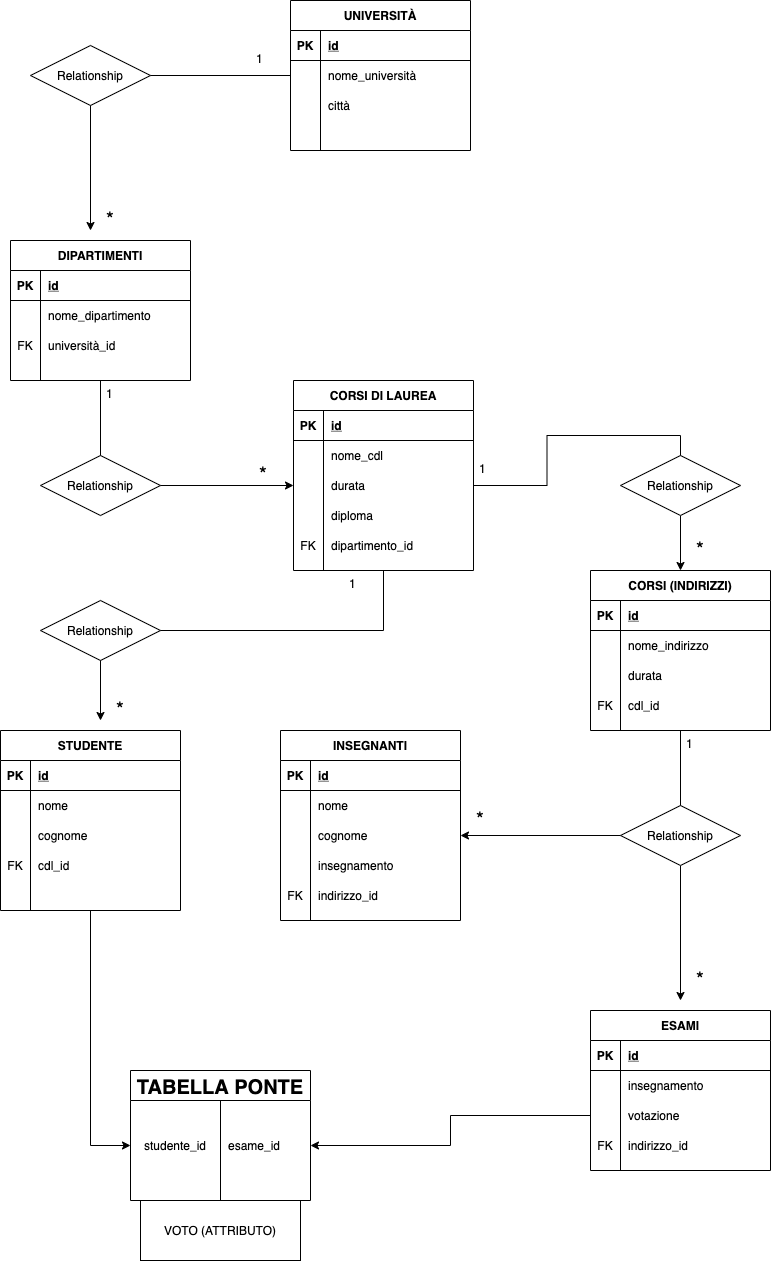
Before: db-university.png, a diagram exported from draw.io (Francesca-Salvini/db-university). Source tidied: cells renumbered, new cells last; positions are measured from the earlier drawing's top-left corner, leaving out a move shared by most shapes.
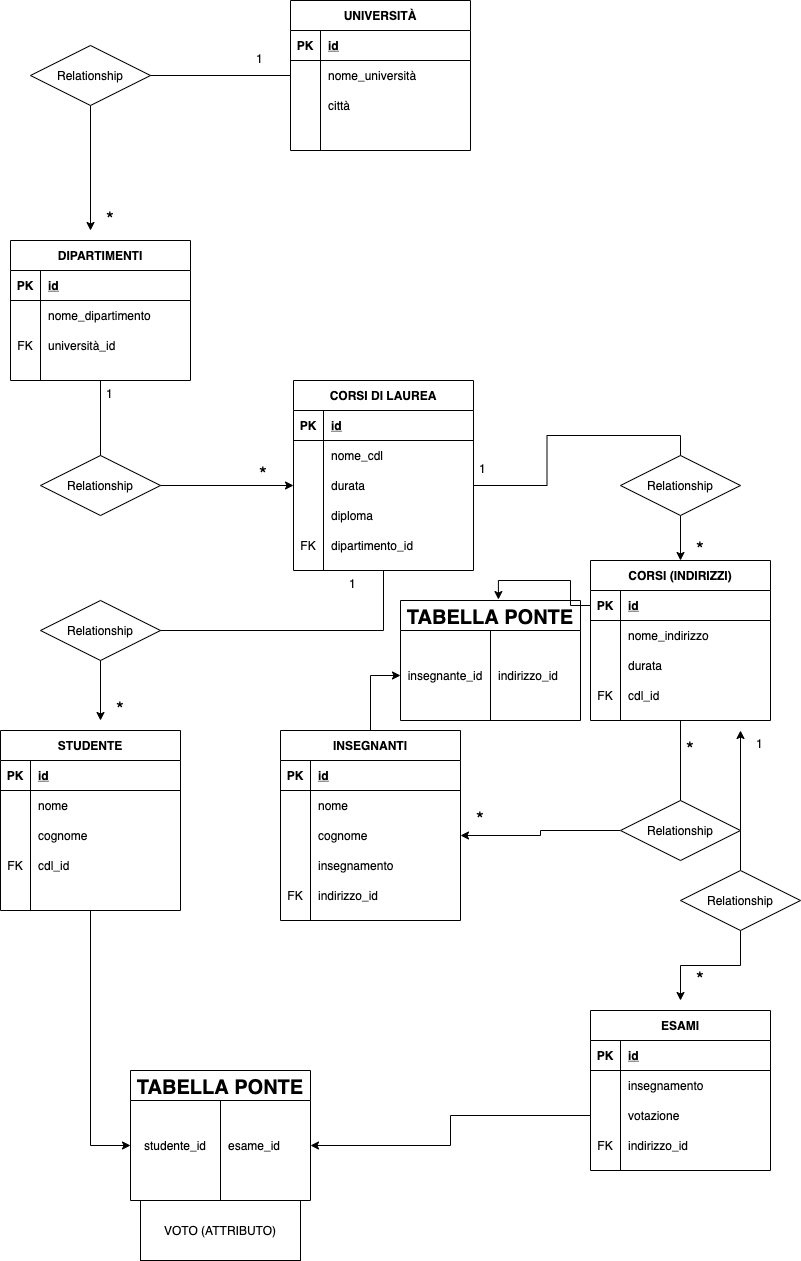
Later version of the same file.

What changed in the source:
```diff
@@ -110,11 +110,11 @@
     <mxCell id="35" value="*" style="text;strokeColor=none;fillColor=none;spacingLeft=4;spacingRight=4;overflow=hidden;fontSize=20;" parent="1" vertex="1">
       <mxGeometry x="253" y="455" width="40" height="30" as="geometry" />
     </mxCell>
-    <mxCell id="36" style="edgeStyle=orthogonalEdgeStyle;rounded=0;jettySize=auto;html=1;fontSize=12;" parent="1" edge="1" source="37" target="62">
+    <mxCell id="36" style="edgeStyle=orthogonalEdgeStyle;rounded=0;jettySize=auto;html=1;fontSize=12;startArrow=none;" parent="1" edge="1" source="141" target="62">
       <mxGeometry relative="1" as="geometry" />
     </mxCell>
     <mxCell id="37" value="CORSI (INDIRIZZI)" style="shape=table;startSize=30;rowLines=0;fontStyle=1;align=center;fontSize=12;" parent="1" vertex="1">
-      <mxGeometry x="590" y="570" width="180" height="160" as="geometry" />
+      <mxGeometry x="590" y="560" width="180" height="160" as="geometry" />
     </mxCell>
     <mxCell id="38" style="shape=partialRectangle;fillColor=none;top=0;left=0;bottom=1;right=0;points=[[0,0.5],[1,0.5]];portConstraint=eastwest;" parent="37" vertex="1">
       <mxGeometry y="30" width="180" height="30" as="geometry" />
@@ -167,6 +167,9 @@
     <mxCell id="54" value="1" style="text;strokeColor=none;fillColor=none;spacingLeft=4;spacingRight=4;overflow=hidden;fontSize=12;" parent="1" vertex="1">
       <mxGeometry x="473" y="455" width="40" height="30" as="geometry" />
     </mxCell>
+    <mxCell id="139" style="edgeStyle=orthogonalEdgeStyle;rounded=0;jettySize=auto;html=1;exitX=0.5;exitY=0;exitDx=0;exitDy=0;entryX=0;entryY=0.5;entryDx=0;entryDy=0;fontSize=20;" parent="1" edge="1" source="55" target="148">
+      <mxGeometry relative="1" as="geometry" />
+    </mxCell>
     <mxCell id="55" value="INSEGNANTI" style="shape=table;startSize=30;rowLines=0;fontStyle=1;align=center;fontSize=12;" parent="1" vertex="1">
       <mxGeometry x="280" y="730" width="180" height="190" as="geometry" />
     </mxCell>
@@ -273,10 +276,15 @@
         <mxPoint x="680" y="1000" as="targetPoint" />
       </mxGeometry>
     </mxCell>
+    <mxCell id="140" style="edgeStyle=orthogonalEdgeStyle;rounded=0;jettySize=auto;html=1;fontSize=20;" parent="1" edge="1" source="89">
+      <mxGeometry relative="1" as="geometry">
+        <mxPoint x="740" y="730" as="targetPoint" />
+      </mxGeometry>
+    </mxCell>
     <mxCell id="89" value="Relationship" style="shape=rhombus;perimeter=rhombusPerimeter;whiteSpace=wrap;html=1;align=center;" parent="1" vertex="1">
-      <mxGeometry x="620" y="805" width="120" height="60" as="geometry" />
+      <mxGeometry x="680" y="870" width="120" height="60" as="geometry" />
     </mxCell>
-    <mxCell id="90" value="1" style="text;strokeColor=none;fillColor=none;spacingLeft=4;spacingRight=4;overflow=hidden;fontSize=12;" parent="1" vertex="1">
+    <mxCell id="90" value="*" style="text;strokeColor=none;fillColor=none;spacingLeft=4;spacingRight=4;overflow=hidden;fontSize=20;" parent="1" vertex="1">
       <mxGeometry x="680" y="730" width="40" height="30" as="geometry" />
     </mxCell>
     <mxCell id="91" value="*" style="text;strokeColor=none;fillColor=none;spacingLeft=4;spacingRight=4;overflow=hidden;fontSize=20;" parent="1" vertex="1">
@@ -423,5 +431,47 @@
     <mxCell id="138" style="edgeStyle=orthogonalEdgeStyle;rounded=0;jettySize=auto;html=1;entryX=1;entryY=0.5;entryDx=0;entryDy=0;fontSize=20;" parent="1" edge="1" source="99" target="130">
       <mxGeometry relative="1" as="geometry" />
     </mxCell>
+    <mxCell id="141" value="Relationship" style="shape=rhombus;perimeter=rhombusPerimeter;whiteSpace=wrap;html=1;align=center;" parent="1" vertex="1">
+      <mxGeometry x="620" y="800" width="120" height="60" as="geometry" />
+    </mxCell>
+    <mxCell id="142" style="edgeStyle=orthogonalEdgeStyle;rounded=0;jettySize=auto;html=1;fontSize=12;endArrow=none;" parent="1" edge="1" source="37" target="141">
+      <mxGeometry relative="1" as="geometry" />
+    </mxCell>
+    <mxCell id="143" value="1" style="text;strokeColor=none;fillColor=none;spacingLeft=4;spacingRight=4;overflow=hidden;fontSize=12;" parent="1" vertex="1">
+      <mxGeometry x="750" y="730" width="40" height="30" as="geometry" />
+    </mxCell>
+    <mxCell id="144" value="TABELLA PONTE" style="shape=table;startSize=30;rowLines=0;fontStyle=1;align=center;fontSize=20;" parent="1" vertex="1">
+      <mxGeometry x="400" y="600" width="180" height="120" as="geometry" />
+    </mxCell>
+    <mxCell id="145" style="shape=partialRectangle;fillColor=none;top=0;left=0;bottom=0;right=0;" parent="144" vertex="1">
+      <mxGeometry y="30" width="180" height="30" as="geometry" />
+    </mxCell>
+    <mxCell id="146" style="shape=partialRectangle;fillColor=none;top=0;left=0;bottom=0;right=0;fontStyle=1;overflow=hidden;" parent="145" vertex="1">
+      <mxGeometry width="90" height="30" as="geometry" />
+    </mxCell>
+    <mxCell id="147" style="shape=partialRectangle;fillColor=none;top=0;left=0;bottom=0;right=0;align=left;spacingLeft=6;fontStyle=5;overflow=hidden;" parent="145" vertex="1">
+      <mxGeometry x="90" width="90" height="30" as="geometry" />
+    </mxCell>
+    <mxCell id="148" style="shape=partialRectangle;fillColor=none;top=0;left=0;bottom=0;right=0;points=[[0,0.5],[1,0.5]];portConstraint=eastwest;" parent="144" vertex="1">
+      <mxGeometry y="60" width="180" height="30" as="geometry" />
+    </mxCell>
+    <mxCell id="149" value="insegnante_id" style="shape=partialRectangle;fillColor=none;top=0;left=0;bottom=0;right=0;overflow=hidden;" parent="148" vertex="1">
+      <mxGeometry width="90" height="30" as="geometry" />
+    </mxCell>
+    <mxCell id="150" value="indirizzo_id" style="shape=partialRectangle;fillColor=none;top=0;left=0;bottom=0;right=0;align=left;spacingLeft=6;overflow=hidden;" parent="148" vertex="1">
+      <mxGeometry x="90" width="90" height="30" as="geometry" />
+    </mxCell>
+    <mxCell id="151" style="shape=partialRectangle;fillColor=none;top=0;left=0;bottom=0;right=0;" parent="144" vertex="1">
+      <mxGeometry y="90" width="180" height="30" as="geometry" />
+    </mxCell>
+    <mxCell id="152" style="shape=partialRectangle;fillColor=none;top=0;left=0;bottom=0;right=0;overflow=hidden;" parent="151" vertex="1">
+      <mxGeometry width="90" height="30" as="geometry" />
+    </mxCell>
+    <mxCell id="153" style="shape=partialRectangle;fillColor=none;top=0;left=0;bottom=0;right=0;align=left;spacingLeft=6;overflow=hidden;" parent="151" vertex="1">
+      <mxGeometry x="90" width="90" height="30" as="geometry" />
+    </mxCell>
+    <mxCell id="154" style="edgeStyle=orthogonalEdgeStyle;rounded=0;jettySize=auto;html=1;exitX=0;exitY=0.5;exitDx=0;exitDy=0;entryX=0.544;entryY=-0.008;entryDx=0;entryDy=0;entryPerimeter=0;fontSize=20;" parent="1" edge="1" source="38" target="144">
+      <mxGeometry relative="1" as="geometry" />
+    </mxCell>
   </root>
 </mxGraphModel>
```
